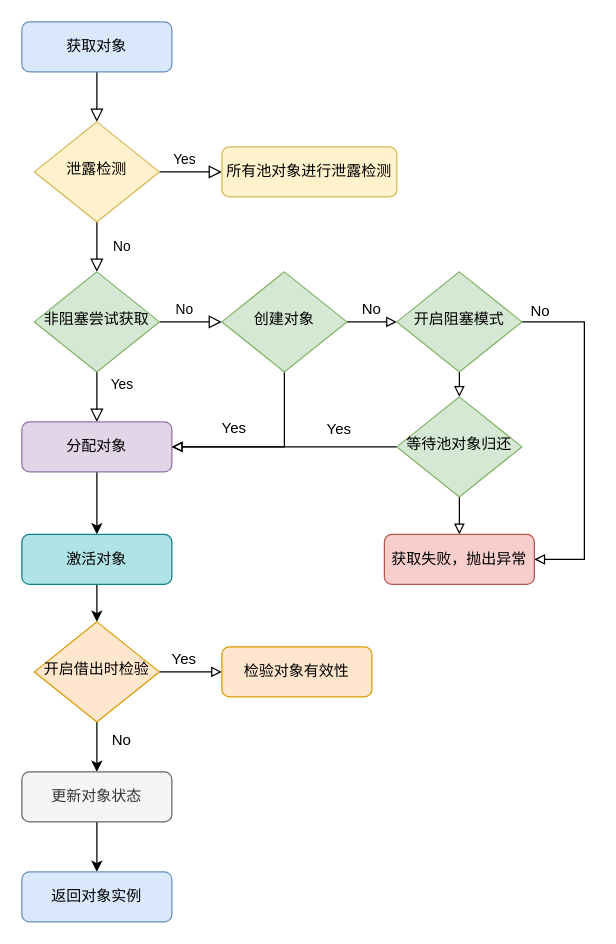
The draw.io diagram Untitled Diagram.drawio in Rocks526/picture-repository, before the edit. Source tidied: cells renumbered, new cells numbered last; positions are measured from the earlier drawing's top-left corner, leaving out a move shared by most shapes. Both pictures are drawn from the tidied source at 125%, with x=0, y=0 at pixel (21, 21).
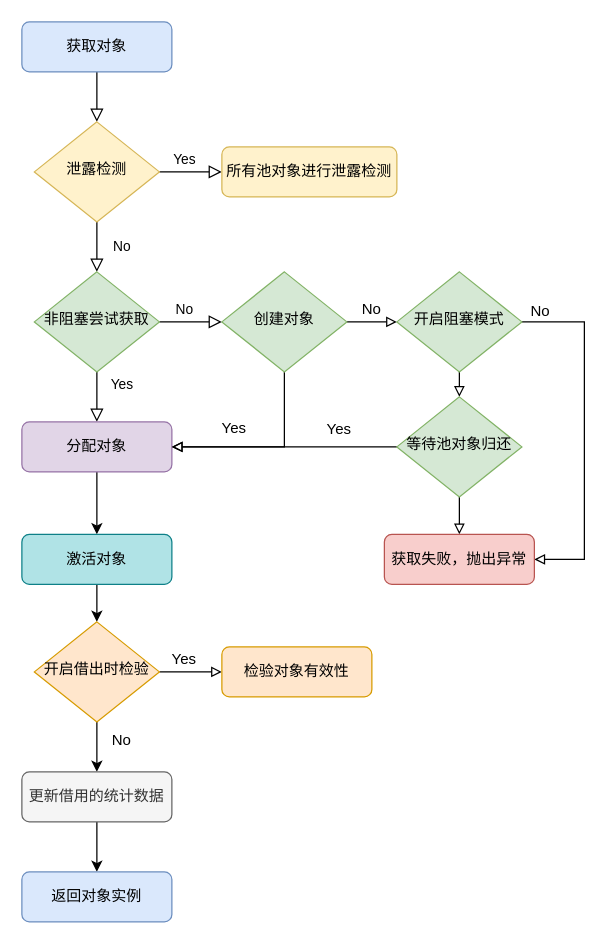
The same page after the edit.

Commit message:
对象池借用流程

What changed in the source:
```diff
@@
-    <mxCell id="19" value="更新对象状态" style="rounded=1;whiteSpace=wrap;html=1;fontSize=12;glass=0;strokeWidth=1;shadow=0;fillColor=#f5f5f5;fontColor=#333333;strokeColor=#666666;" parent="1" vertex="1">
+    <mxCell id="19" value="更新借用的统计数据" style="rounded=1;whiteSpace=wrap;html=1;fontSize=12;glass=0;strokeWidth=1;shadow=0;fillColor=#f5f5f5;fontColor=#333333;strokeColor=#666666;" parent="1" vertex="1">
       <mxGeometry y="600" width="120" height="40" as="geometry" />
     </mxCell>
```
